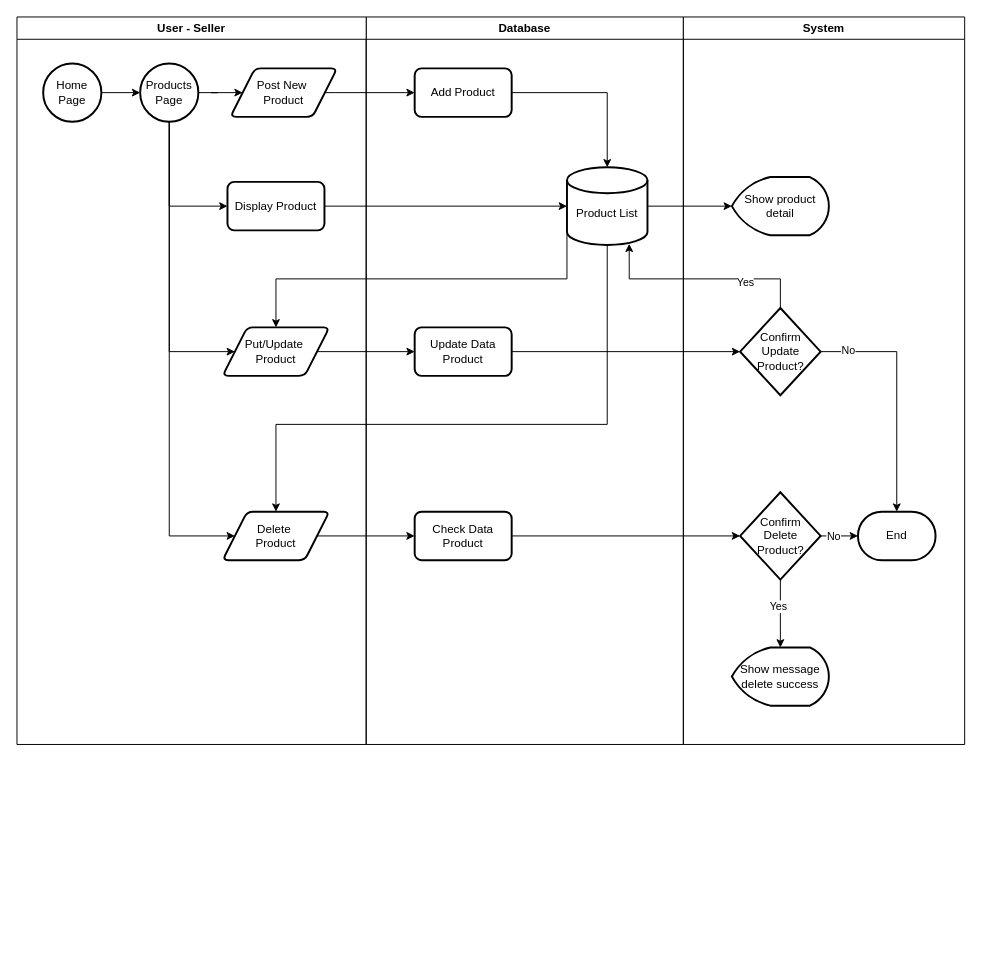
Above: page "Products" (2 of 4) of dummy/Untitled Diagram.drawio in anggreinipra/ReCircle_backend (draw.io), before the change. Source tidied: cells renumbered, new cells numbered last; positions are measured from the earlier drawing's top-left corner, leaving out a move shared by most shapes. Both pictures are drawn from the tidied source at 97%, with x=0, y=0 at pixel (16, 16).
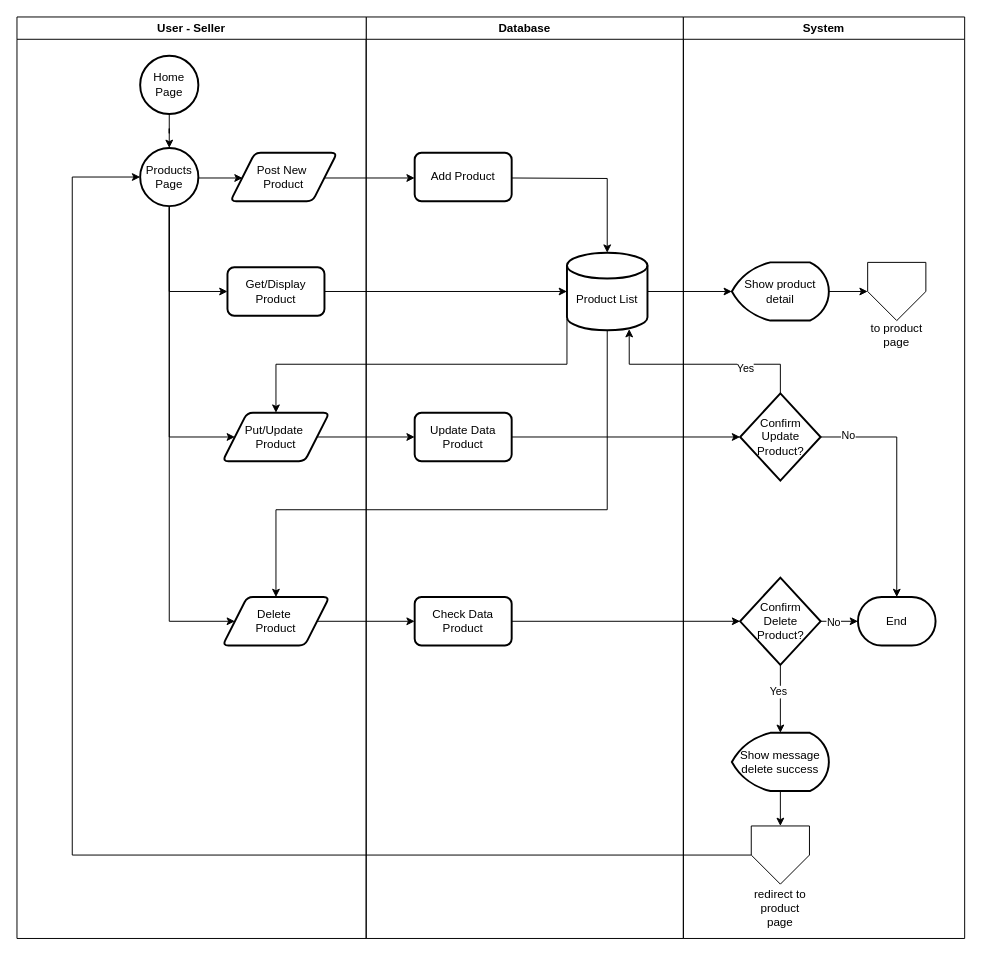
After the change.

What changed in the source:
```diff
@@
     <mxCell id="2" value="Database" style="swimlane;" parent="1" vertex="1">
-      <mxGeometry x="360" width="327" height="750" as="geometry" />
+      <mxGeometry x="360" width="327" height="950" as="geometry" />
     </mxCell>
     <mxCell id="3" value="&lt;div&gt;&lt;br&gt;&lt;/div&gt;Product List" style="strokeWidth=2;html=1;shape=mxgraph.flowchart.database;whiteSpace=wrap;" parent="2" vertex="1">
-      <mxGeometry x="207" y="155" width="83" height="80" as="geometry" />
+      <mxGeometry x="207" y="243" width="83" height="80" as="geometry" />
     </mxCell>
     <mxCell id="4" value="Post New&amp;nbsp;&lt;div&gt;Product&lt;/div&gt;" style="shape=parallelogram;html=1;strokeWidth=2;perimeter=parallelogramPerimeter;whiteSpace=wrap;rounded=1;arcSize=12;size=0.23;" parent="2" vertex="1">
-      <mxGeometry x="-140" y="53" width="110" height="50" as="geometry" />
+      <mxGeometry x="-140" y="140" width="110" height="50" as="geometry" />
     </mxCell>
-    <mxCell id="5" style="edgeStyle=orthogonalEdgeStyle;rounded=0;jettySize=auto;html=1;exitX=1;exitY=0.5;exitDx=0;exitDy=0;entryX=0;entryY=0.5;entryDx=0;entryDy=0;" parent="2" edge="1" source="4" target="6">
-      <mxGeometry relative="1" as="geometry" />
+    <mxCell id="5" style="edgeStyle=orthogonalEdgeStyle;rounded=0;orthogonalLoop=1;jettySize=auto;html=1;exitX=1;exitY=0.5;exitDx=0;exitDy=0;entryX=0;entryY=0.5;entryDx=0;entryDy=0;" parent="2" edge="1">
+      <mxGeometry relative="1" as="geometry">
+        <mxPoint x="-42.6" y="166" as="sourcePoint" />
+        <mxPoint x="50" y="166" as="targetPoint" />
+      </mxGeometry>
     </mxCell>
     <mxCell id="6" value="Add Product" style="rounded=1;whiteSpace=wrap;html=1;absoluteArcSize=1;arcSize=14;strokeWidth=2;" parent="2" vertex="1">
-      <mxGeometry x="50" y="53" width="100" height="50" as="geometry" />
+      <mxGeometry x="50" y="140" width="100" height="50" as="geometry" />
     </mxCell>
-    <mxCell id="7" style="edgeStyle=orthogonalEdgeStyle;rounded=0;jettySize=auto;html=1;exitX=1;exitY=0.5;exitDx=0;exitDy=0;entryX=0.5;entryY=0;entryDx=0;entryDy=0;entryPerimeter=0;" parent="2" edge="1" source="6" target="3">
-      <mxGeometry relative="1" as="geometry" />
+    <mxCell id="7" style="edgeStyle=orthogonalEdgeStyle;rounded=0;jettySize=auto;html=1;exitX=1;exitY=0.5;exitDx=0;exitDy=0;entryX=0.5;entryY=0;entryDx=0;entryDy=0;entryPerimeter=0;" parent="2" edge="1" target="3">
+      <mxGeometry relative="1" as="geometry">
+        <mxPoint x="150" y="166" as="sourcePoint" />
+      </mxGeometry>
     </mxCell>
     <mxCell id="8" value="Put/Update&amp;nbsp;&lt;div&gt;Product&lt;/div&gt;" style="shape=parallelogram;html=1;strokeWidth=2;perimeter=parallelogramPerimeter;whiteSpace=wrap;rounded=1;arcSize=12;size=0.23;" parent="2" vertex="1">
-      <mxGeometry x="-148" y="320" width="110" height="50" as="geometry" />
+      <mxGeometry x="-148" y="408" width="110" height="50" as="geometry" />
     </mxCell>
@@
     <mxCell id="10" value="Update Data Product" style="rounded=1;whiteSpace=wrap;html=1;absoluteArcSize=1;arcSize=14;strokeWidth=2;" parent="2" vertex="1">
-      <mxGeometry x="50" y="320" width="100" height="50" as="geometry" />
+      <mxGeometry x="50" y="408" width="100" height="50" as="geometry" />
     </mxCell>
     <mxCell id="11" style="edgeStyle=orthogonalEdgeStyle;rounded=0;jettySize=auto;html=1;exitX=0;exitY=0.85;exitDx=0;exitDy=0;exitPerimeter=0;entryX=0.5;entryY=0;entryDx=0;entryDy=0;" parent="2" edge="1" source="3" target="8">
       <mxGeometry relative="1" as="geometry">
         <Array as="points">
-          <mxPoint x="207" y="270" />
-          <mxPoint x="-93" y="270" />
+          <mxPoint x="207" y="358" />
+          <mxPoint x="-93" y="358" />
         </Array>
       </mxGeometry>
     </mxCell>
     <mxCell id="12" value="User - Seller" style="swimlane;whiteSpace=wrap;html=1;" parent="1" vertex="1">
-      <mxGeometry width="360" height="750" as="geometry" />
+      <mxGeometry width="360" height="950" as="geometry" />
     </mxCell>
-    <mxCell id="13" style="edgeStyle=orthogonalEdgeStyle;rounded=0;jettySize=auto;html=1;exitX=0.5;exitY=1;exitDx=0;exitDy=0;exitPerimeter=0;entryX=0;entryY=0.5;entryDx=0;entryDy=0;" parent="12" edge="1" source="14" target="17">
-      <mxGeometry relative="1" as="geometry" />
+    <mxCell id="13" style="edgeStyle=orthogonalEdgeStyle;rounded=0;jettySize=auto;html=1;exitX=0.5;exitY=1;exitDx=0;exitDy=0;exitPerimeter=0;entryX=0;entryY=0.5;entryDx=0;entryDy=0;" parent="12" edge="1" target="17">
+      <mxGeometry relative="1" as="geometry">
+        <mxPoint x="157" y="196" as="sourcePoint" />
+        <Array as="points">
+          <mxPoint x="157" y="283" />
+        </Array>
+      </mxGeometry>
     </mxCell>
     <mxCell id="14" value="Products Page" style="strokeWidth=2;html=1;shape=mxgraph.flowchart.start_2;whiteSpace=wrap;" parent="12" vertex="1">
-      <mxGeometry x="127" y="48" width="60" height="60" as="geometry" />
+      <mxGeometry x="127" y="135" width="60" height="60" as="geometry" />
     </mxCell>
+    <mxCell id="16" style="edgeStyle=orthogonalEdgeStyle;rounded=0;jettySize=auto;html=1;exitX=0.5;exitY=1;exitDx=0;exitDy=0;exitPerimeter=0;" parent="12" edge="1" source="15" target="14">
+      <mxGeometry relative="1" as="geometry" />
+    </mxCell>
     <mxCell id="15" value="Home Page" style="strokeWidth=2;html=1;shape=mxgraph.flowchart.start_2;whiteSpace=wrap;" parent="12" vertex="1">
-      <mxGeometry x="27" y="48" width="60" height="60" as="geometry" />
+      <mxGeometry x="127" y="40" width="60" height="60" as="geometry" />
     </mxCell>
-    <mxCell id="16" style="edgeStyle=orthogonalEdgeStyle;rounded=0;jettySize=auto;html=1;exitX=1;exitY=0.5;exitDx=0;exitDy=0;exitPerimeter=0;entryX=0;entryY=0.5;entryDx=0;entryDy=0;entryPerimeter=0;" parent="12" edge="1" source="15" target="14">
-      <mxGeometry relative="1" as="geometry" />
-    </mxCell>
-    <mxCell id="17" value="Display Product" style="rounded=1;whiteSpace=wrap;html=1;absoluteArcSize=1;arcSize=14;strokeWidth=2;" parent="12" vertex="1">
-      <mxGeometry x="217" y="170" width="100" height="50" as="geometry" />
+    <mxCell id="17" value="Get/Display Product" style="rounded=1;whiteSpace=wrap;html=1;absoluteArcSize=1;arcSize=14;strokeWidth=2;" parent="12" vertex="1">
+      <mxGeometry x="217" y="258" width="100" height="50" as="geometry" />
     </mxCell>
     <mxCell id="18" value="System" style="swimlane;whiteSpace=wrap;html=1;" parent="1" vertex="1">
-      <mxGeometry x="687" width="290" height="750" as="geometry" />
+      <mxGeometry x="687" width="290" height="950" as="geometry" />
     </mxCell>
+    <mxCell id="43" style="edgeStyle=orthogonalEdgeStyle;rounded=0;jettySize=auto;html=1;exitX=1;exitY=0.5;exitDx=0;exitDy=0;exitPerimeter=0;entryX=0;entryY=0.5;entryDx=0;entryDy=0;" parent="18" edge="1" source="19" target="47">
+      <mxGeometry relative="1" as="geometry" />
+    </mxCell>
     <mxCell id="19" value="Show product detail" style="strokeWidth=2;html=1;shape=mxgraph.flowchart.display;whiteSpace=wrap;" parent="18" vertex="1">
-      <mxGeometry x="50" y="165" width="100" height="60" as="geometry" />
+      <mxGeometry x="50" y="253" width="100" height="60" as="geometry" />
     </mxCell>
@@
     <mxCell id="24" value="Delete&amp;nbsp;&lt;div&gt;Product&lt;/div&gt;" style="shape=parallelogram;html=1;strokeWidth=2;perimeter=parallelogramPerimeter;whiteSpace=wrap;rounded=1;arcSize=12;size=0.23;" parent="18" vertex="1">
-      <mxGeometry x="-475" y="510" width="110" height="50" as="geometry" />
+      <mxGeometry x="-475" y="598" width="110" height="50" as="geometry" />
     </mxCell>
     <mxCell id="25" value="Check Data Product" style="rounded=1;whiteSpace=wrap;html=1;absoluteArcSize=1;arcSize=14;strokeWidth=2;" parent="18" vertex="1">
-      <mxGeometry x="-277" y="510" width="100" height="50" as="geometry" />
+      <mxGeometry x="-277" y="598" width="100" height="50" as="geometry" />
     </mxCell>
@@
     <mxCell id="27" value="Confirm&lt;div&gt;Delete Product?&lt;/div&gt;" style="strokeWidth=2;html=1;shape=mxgraph.flowchart.decision;whiteSpace=wrap;" parent="18" vertex="1">
-      <mxGeometry x="58.5" y="490" width="83" height="90" as="geometry" />
+      <mxGeometry x="58.5" y="578" width="83" height="90" as="geometry" />
     </mxCell>
@@
+    <mxCell id="44" style="edgeStyle=orthogonalEdgeStyle;rounded=0;jettySize=auto;html=1;exitX=0.5;exitY=1;exitDx=0;exitDy=0;exitPerimeter=0;entryX=0.5;entryY=0;entryDx=0;entryDy=0;" parent="18" edge="1" source="29" target="45">
+      <mxGeometry relative="1" as="geometry" />
+    </mxCell>
     <mxCell id="29" value="Show message delete success" style="strokeWidth=2;html=1;shape=mxgraph.flowchart.display;whiteSpace=wrap;" parent="18" vertex="1">
-      <mxGeometry x="50" y="650" width="100" height="60" as="geometry" />
+      <mxGeometry x="50" y="738" width="100" height="60" as="geometry" />
     </mxCell>
     <mxCell id="30" value="End" style="strokeWidth=2;html=1;shape=mxgraph.flowchart.terminator;whiteSpace=wrap;" parent="18" vertex="1">
-      <mxGeometry x="180" y="510" width="80" height="50" as="geometry" />
+      <mxGeometry x="180" y="598" width="80" height="50" as="geometry" />
     </mxCell>
     <mxCell id="31" value="Confirm&lt;div&gt;Update Product?&lt;/div&gt;" style="strokeWidth=2;html=1;shape=mxgraph.flowchart.decision;whiteSpace=wrap;" parent="18" vertex="1">
-      <mxGeometry x="58.5" y="300" width="83" height="90" as="geometry" />
+      <mxGeometry x="58.5" y="388" width="83" height="90" as="geometry" />
     </mxCell>
@@
+    <mxCell id="45" style="verticalLabelPosition=bottom;verticalAlign=top;html=1;shape=offPageConnector;rounded=0;size=0.5;" parent="18" vertex="1">
+      <mxGeometry x="70" y="834" width="60" height="60" as="geometry" />
+    </mxCell>
+    <mxCell id="46" value="redirect to product page" style="text;html=1;align=center;verticalAlign=middle;whiteSpace=wrap;rounded=0;" parent="18" vertex="1">
+      <mxGeometry x="70" y="904" width="60" height="30" as="geometry" />
+    </mxCell>
+    <mxCell id="47" style="verticalLabelPosition=bottom;verticalAlign=top;html=1;shape=offPageConnector;rounded=0;size=0.5;" parent="18" vertex="1">
+      <mxGeometry x="190" y="253" width="60" height="60" as="geometry" />
+    </mxCell>
+    <mxCell id="48" value="to product page" style="text;html=1;align=center;verticalAlign=middle;whiteSpace=wrap;rounded=0;" parent="18" vertex="1">
+      <mxGeometry x="190" y="313" width="60" height="30" as="geometry" />
+    </mxCell>
@@
-    <mxCell id="35" style="edgeStyle=orthogonalEdgeStyle;rounded=0;jettySize=auto;html=1;exitX=1;exitY=0.5;exitDx=0;exitDy=0;exitPerimeter=0;entryX=0;entryY=0.5;entryDx=0;entryDy=0;" parent="1" edge="1" source="14" target="4">
-      <mxGeometry relative="1" as="geometry" />
+    <mxCell id="35" style="edgeStyle=orthogonalEdgeStyle;rounded=0;orthogonalLoop=1;jettySize=auto;html=1;exitX=1;exitY=0.5;exitDx=0;exitDy=0;exitPerimeter=0;entryX=0;entryY=0.5;entryDx=0;entryDy=0;" parent="1" edge="1">
+      <mxGeometry relative="1" as="geometry">
+        <mxPoint x="187" y="166" as="sourcePoint" />
+        <mxPoint x="232.6" y="166" as="targetPoint" />
+      </mxGeometry>
     </mxCell>
@@
     <mxCell id="37" style="edgeStyle=orthogonalEdgeStyle;rounded=0;jettySize=auto;html=1;exitX=0.5;exitY=1;exitDx=0;exitDy=0;exitPerimeter=0;entryX=0.5;entryY=0;entryDx=0;entryDy=0;" parent="1" edge="1" source="3" target="24">
       <mxGeometry relative="1" as="geometry">
         <Array as="points">
-          <mxPoint x="609" y="420" />
-          <mxPoint x="267" y="420" />
+          <mxPoint x="609" y="508" />
+          <mxPoint x="267" y="508" />
         </Array>
       </mxGeometry>
     </mxCell>
-    <mxCell id="38" style="edgeStyle=orthogonalEdgeStyle;rounded=0;jettySize=auto;html=1;exitX=0.5;exitY=1;exitDx=0;exitDy=0;exitPerimeter=0;entryX=0;entryY=0.5;entryDx=0;entryDy=0;" parent="1" edge="1" source="14" target="24">
+    <mxCell id="38" style="edgeStyle=orthogonalEdgeStyle;rounded=0;jettySize=auto;html=1;exitX=0.5;exitY=1;exitDx=0;exitDy=0;exitPerimeter=0;entryX=0;entryY=0.5;entryDx=0;entryDy=0;" parent="1" edge="1" target="24">
       <mxGeometry relative="1" as="geometry">
+        <mxPoint x="157" y="196" as="sourcePoint" />
         <Array as="points">
-          <mxPoint x="157" y="535" />
+          <mxPoint x="157" y="623" />
         </Array>
       </mxGeometry>
     </mxCell>
-    <mxCell id="39" style="edgeStyle=orthogonalEdgeStyle;rounded=0;jettySize=auto;html=1;exitX=0.5;exitY=1;exitDx=0;exitDy=0;exitPerimeter=0;entryX=0;entryY=0.5;entryDx=0;entryDy=0;" parent="1" edge="1" source="14" target="8">
+    <mxCell id="39" style="edgeStyle=orthogonalEdgeStyle;rounded=0;jettySize=auto;html=1;exitX=0.5;exitY=1;exitDx=0;exitDy=0;exitPerimeter=0;entryX=0;entryY=0.5;entryDx=0;entryDy=0;" parent="1" edge="1" target="8">
       <mxGeometry relative="1" as="geometry">
+        <mxPoint x="157" y="196" as="sourcePoint" />
         <Array as="points">
-          <mxPoint x="157" y="345" />
+          <mxPoint x="157" y="433" />
         </Array>
       </mxGeometry>
     </mxCell>
@@
     <mxCell id="41" style="edgeStyle=orthogonalEdgeStyle;rounded=0;jettySize=auto;html=1;exitX=0.5;exitY=0;exitDx=0;exitDy=0;exitPerimeter=0;entryX=0.773;entryY=0.985;entryDx=0;entryDy=0;entryPerimeter=0;" parent="1" edge="1" source="31" target="3">
       <mxGeometry relative="1" as="geometry">
         <Array as="points">
-          <mxPoint x="787" y="270" />
-          <mxPoint x="631" y="270" />
+          <mxPoint x="787" y="358" />
+          <mxPoint x="631" y="358" />
         </Array>
       </mxGeometry>
     </mxCell>
@@
+    <mxCell id="49" style="edgeStyle=orthogonalEdgeStyle;rounded=0;jettySize=auto;html=1;exitX=0;exitY=0.5;exitDx=0;exitDy=0;entryX=0;entryY=0.5;entryDx=0;entryDy=0;entryPerimeter=0;" parent="1" edge="1" source="45" target="14">
+      <mxGeometry relative="1" as="geometry">
+        <Array as="points">
+          <mxPoint x="57" y="864" />
+          <mxPoint x="57" y="165" />
+        </Array>
+      </mxGeometry>
+    </mxCell>
```
